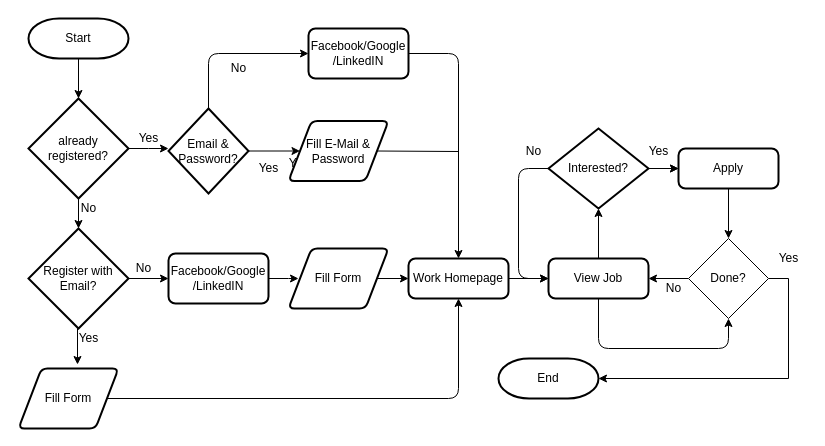
This is week2/day3/Untitled Diagram.drawio from mripqi/GlintsAcademyProject, a draw.io file, before an edit. Source tidied: cells renumbered, new cells numbered last; positions are measured from the earlier drawing's top-left corner, leaving out a move shared by most shapes. Both pictures are drawn from the tidied source at 100%, with x=0, y=0 at pixel (18, 18).
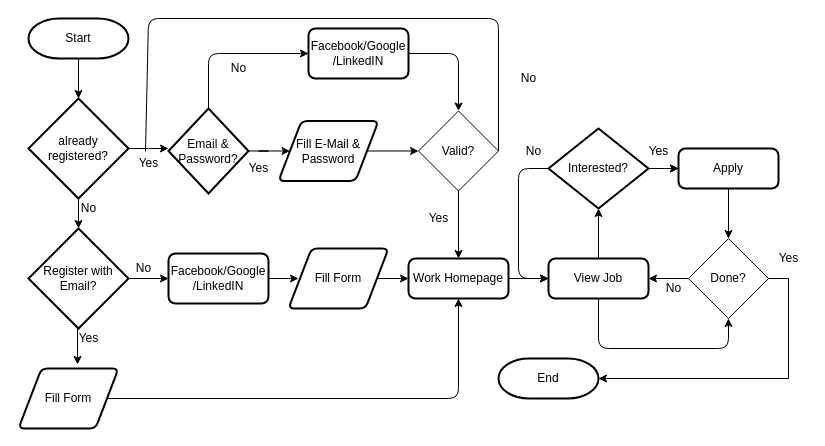
After the change.

The change refers to these unchanged cells:
```xml
<mxCell id="18" value="Facebook/Google&lt;br&gt;/LinkedIN" style="rounded=1;whiteSpace=wrap;html=1;absoluteArcSize=1;arcSize=14;strokeWidth=2;" parent="1" vertex="1">
  <mxGeometry x="290" y="10" width="100" height="50" as="geometry" />
</mxCell>
<mxCell id="25" value="Work Homepage" style="rounded=1;whiteSpace=wrap;html=1;absoluteArcSize=1;arcSize=14;strokeWidth=2;" parent="1" vertex="1">
  <mxGeometry x="390" y="240" width="100" height="40" as="geometry" />
</mxCell>
```

Change to the diagram source:
```diff
@@
     <mxCell id="16" value="Yes" style="text;html=1;align=center;verticalAlign=middle;" parent="1" vertex="1">
-      <mxGeometry x="110" y="110" width="40" height="20" as="geometry" />
+      <mxGeometry x="110" y="135" width="40" height="20" as="geometry" />
     </mxCell>
@@
+    <mxCell id="49" style="edgeStyle=orthogonalEdgeStyle;rounded=0;jettySize=auto;html=1;" parent="1" edge="1" source="21" target="51">
+      <mxGeometry relative="1" as="geometry" />
+    </mxCell>
     <mxCell id="21" value="&lt;span&gt;Fill E-Mail &amp;amp; Password&lt;/span&gt;" style="shape=parallelogram;html=1;strokeWidth=2;perimeter=parallelogramPerimeter;whiteSpace=wrap;rounded=1;arcSize=12;size=0.23;" parent="1" vertex="1">
-      <mxGeometry x="270" y="102.5" width="100" height="60" as="geometry" />
+      <mxGeometry x="260" y="102.5" width="100" height="60" as="geometry" />
     </mxCell>
@@
     <mxCell id="28" value="Yes" style="text;html=1;align=center;verticalAlign=middle;" parent="1" vertex="1">
-      <mxGeometry x="230" y="140" width="40" height="20" as="geometry" />
+      <mxGeometry x="220" y="140" width="40" height="20" as="geometry" />
     </mxCell>
@@
-    <mxCell id="30" style="endArrow=classic;html=1;entryX=0.5;entryY=0;entryDx=0;entryDy=0;exitX=1;exitY=0.5;exitDx=0;exitDy=0;" parent="1" edge="1" source="18" target="25">
+    <mxCell id="30" style="endArrow=classic;html=1;entryX=0.5;entryY=0;entryDx=0;entryDy=0;exitX=1;exitY=0.5;exitDx=0;exitDy=0;" parent="1" edge="1" source="18" target="51">
       <mxGeometry relative="1" as="geometry">
         <Array as="points">
           <mxPoint x="440" y="35" />
         </Array>
       </mxGeometry>
     </mxCell>
-    <mxCell id="31" style="endArrow=none;html=1;exitX=1;exitY=0.5;exitDx=0;exitDy=0;" parent="1" edge="1" source="21">
-      <mxGeometry relative="1" as="geometry">
-        <mxPoint x="440" y="133" as="targetPoint" />
-      </mxGeometry>
-    </mxCell>
@@
+    <mxCell id="50" style="edgeStyle=orthogonalEdgeStyle;rounded=0;jettySize=auto;html=1;" parent="1" edge="1" source="51" target="25">
+      <mxGeometry relative="1" as="geometry" />
+    </mxCell>
+    <mxCell id="51" value="Valid?" style="rhombus;whiteSpace=wrap;html=1;" parent="1" vertex="1">
+      <mxGeometry x="400" y="92.5" width="80" height="80" as="geometry" />
+    </mxCell>
+    <mxCell id="52" style="endArrow=none;html=1;exitX=1;exitY=0.5;exitDx=0;exitDy=0;" parent="1" edge="1" source="51">
+      <mxGeometry relative="1" as="geometry">
+        <mxPoint x="127" y="133" as="targetPoint" />
+        <Array as="points">
+          <mxPoint x="480" />
+          <mxPoint x="130" />
+        </Array>
+      </mxGeometry>
+    </mxCell>
+    <mxCell id="53" value="No" style="text;html=1;align=center;verticalAlign=middle;" parent="1" vertex="1">
+      <mxGeometry x="495" y="50" width="30" height="20" as="geometry" />
+    </mxCell>
+    <mxCell id="54" value="Yes" style="text;html=1;align=center;verticalAlign=middle;" parent="1" vertex="1">
+      <mxGeometry x="400" y="190" width="40" height="20" as="geometry" />
+    </mxCell>
```
